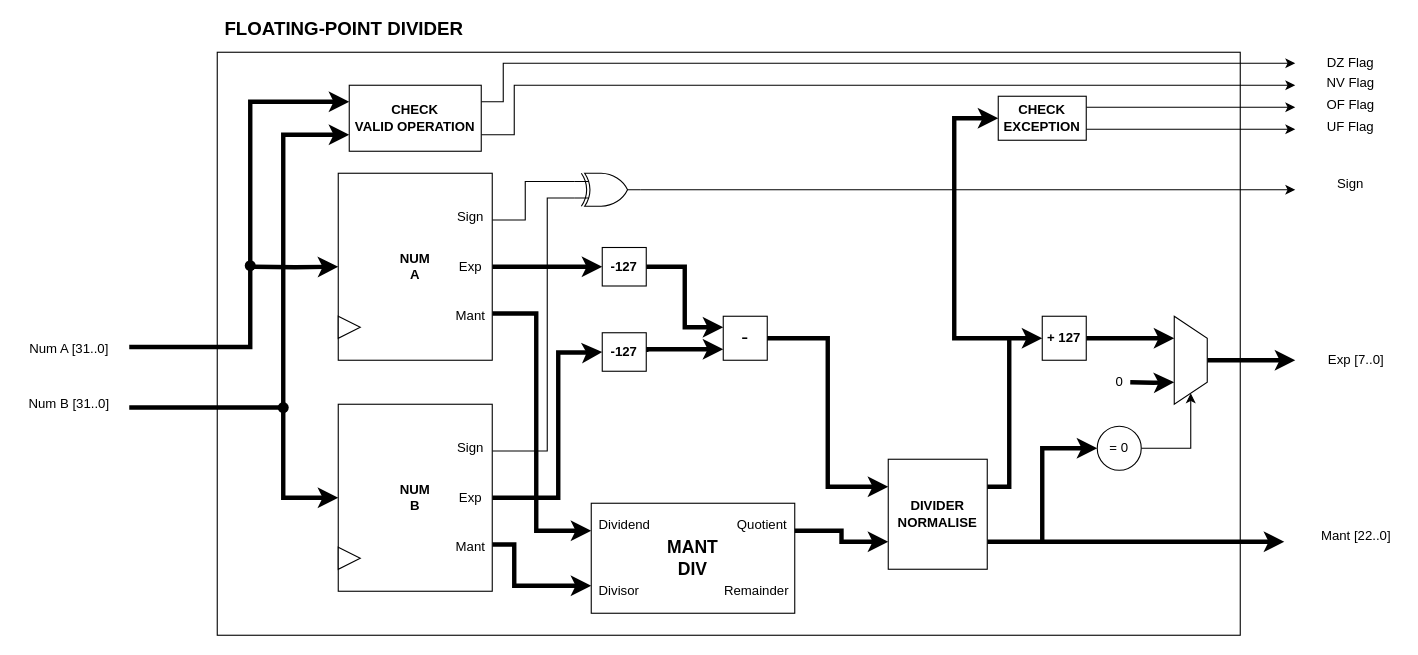
hohaicongthuan/Project-2 keeps this draw.io diagram as page "FP-Div" (10 of 12) of Diagrams/Floating-point.drawio. Above is the earlier version. Source tidied: cells renumbered, new cells numbered last; positions are measured from the earlier drawing's top-left corner, leaving out a move shared by most shapes. Both pictures are drawn from the tidied source at 110%, with x=0, y=0 at pixel (19, 19).
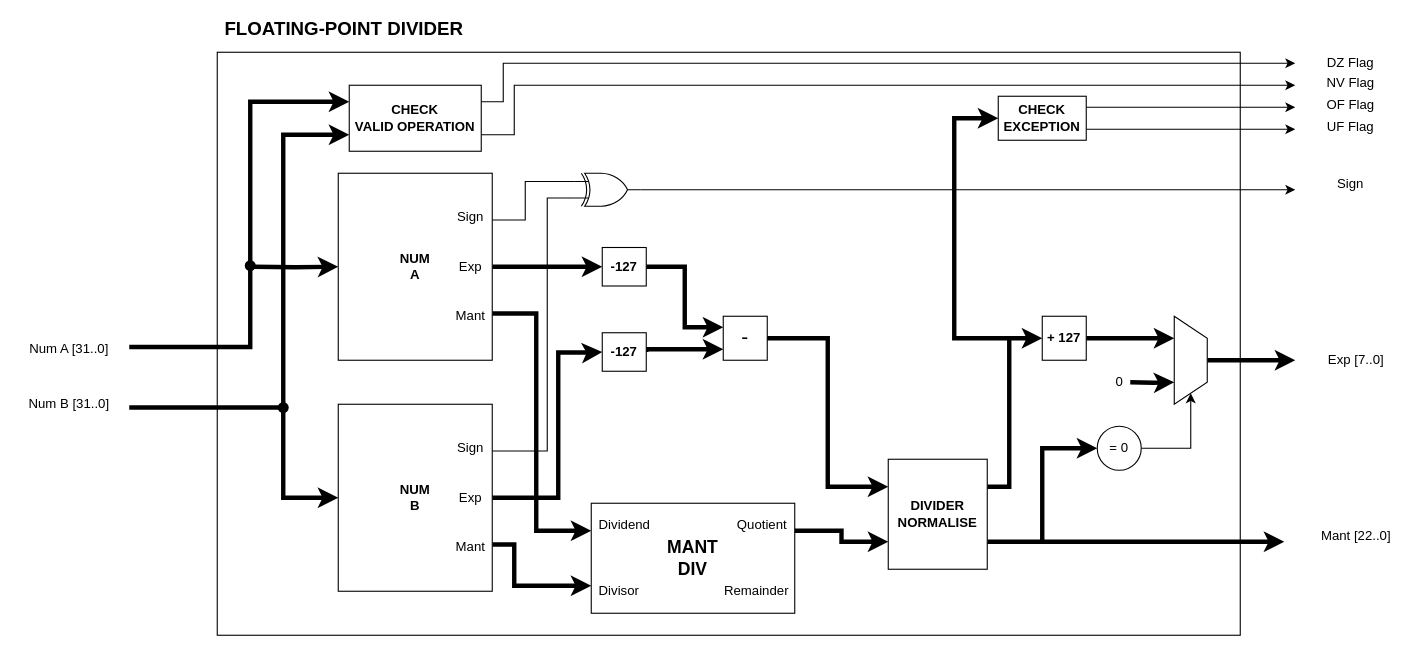
Above is the later version.

What changed in the source:
```diff
@@
-    <mxCell id="52" style="triangle;whiteSpace=wrap;html=1;" parent="1" vertex="1">
-      <mxGeometry x="290" y="270" width="20" height="20" as="geometry" />
-    </mxCell>
-    <mxCell id="53" style="triangle;whiteSpace=wrap;html=1;" parent="1" vertex="1">
-      <mxGeometry x="290" y="480" width="20" height="20" as="geometry" />
-    </mxCell>
```
